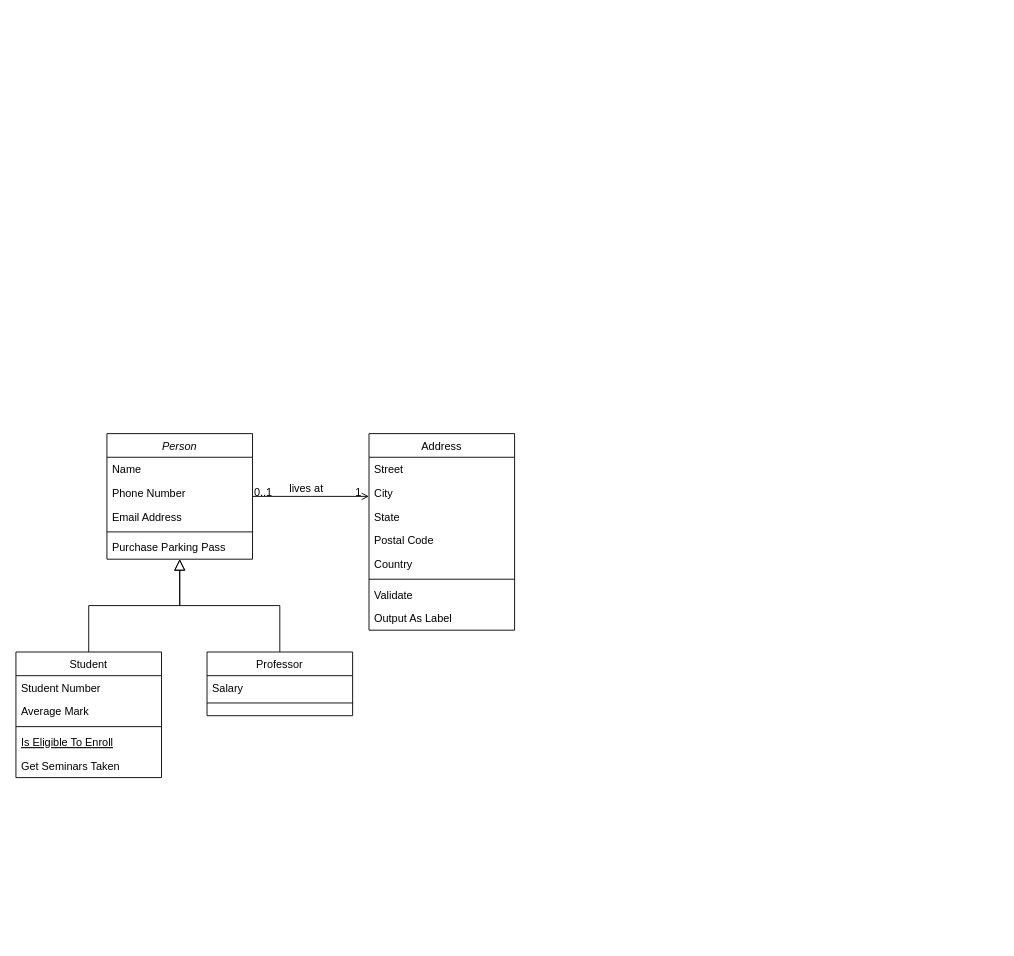
Before: Untitled Diagram.drawio in Artetopia/artetopia-backend, a draw.io diagram. Source tidied: cells renumbered, new cells numbered last; positions are measured from the earlier drawing's top-left corner, leaving out a move shared by most shapes. Both pictures are drawn from the tidied source at 91%, with x=0, y=0 at pixel (15, 433).
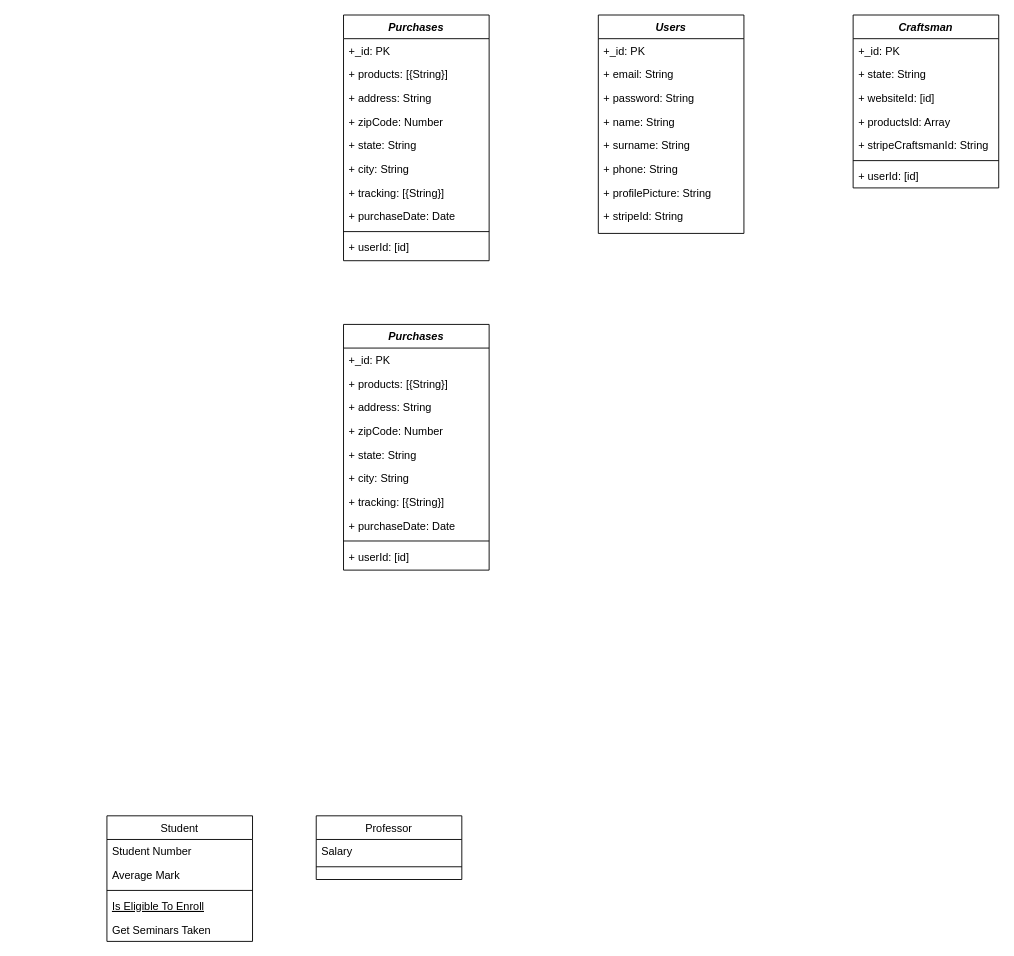
The same page after the edit.

What changed in the source:
```diff
@@
-    <mxCell id="2" value="Person" style="swimlane;fontStyle=2;align=center;verticalAlign=top;horizontal=1;startSize=26;rounded=0;shadow=0;strokeWidth=1;" parent="1" vertex="1">
-      <mxGeometry x="100" width="160" height="138" as="geometry" />
+    <mxCell id="2" value="Purchases" style="swimlane;fontStyle=3;align=center;verticalAlign=top;horizontal=1;startSize=26;rounded=0;shadow=0;strokeWidth=1;" parent="1" vertex="1">
+      <mxGeometry x="360" y="-460" width="160" height="270" as="geometry" />
     </mxCell>
-    <mxCell id="3" value="Name" style="text;align=left;verticalAlign=top;spacingLeft=4;spacingRight=4;overflow=hidden;" parent="2" vertex="1">
+    <mxCell id="3" value="+_id: PK" style="text;align=left;verticalAlign=top;spacingLeft=4;spacingRight=4;overflow=hidden;" parent="2" vertex="1">
       <mxGeometry y="26" width="160" height="26" as="geometry" />
     </mxCell>
-    <mxCell id="4" value="Phone Number" style="text;align=left;verticalAlign=top;spacingLeft=4;spacingRight=4;overflow=hidden;rounded=0;shadow=0;html=0;" parent="2" vertex="1">
+    <mxCell id="4" value="+ products: [{String}]" style="text;align=left;verticalAlign=top;spacingLeft=4;spacingRight=4;overflow=hidden;rounded=0;shadow=0;html=0;" parent="2" vertex="1">
       <mxGeometry y="52" width="160" height="26" as="geometry" />
     </mxCell>
-    <mxCell id="5" value="Email Address" style="text;align=left;verticalAlign=top;spacingLeft=4;spacingRight=4;overflow=hidden;rounded=0;shadow=0;html=0;" parent="2" vertex="1">
+    <mxCell id="5" value="+ address: String" style="text;align=left;verticalAlign=top;spacingLeft=4;spacingRight=4;overflow=hidden;rounded=0;shadow=0;html=0;" parent="2" vertex="1">
       <mxGeometry y="78" width="160" height="26" as="geometry" />
     </mxCell>
-    <mxCell id="6" style="line;html=1;strokeWidth=1;align=left;verticalAlign=middle;spacingTop=-1;spacingLeft=3;spacingRight=3;labelPosition=right;" parent="2" vertex="1">
-      <mxGeometry y="104" width="160" height="8" as="geometry" />
-    </mxCell>
-    <mxCell id="7" value="Purchase Parking Pass" style="text;align=left;verticalAlign=top;spacingLeft=4;spacingRight=4;overflow=hidden;" parent="2" vertex="1">
-      <mxGeometry y="112" width="160" height="26" as="geometry" />
-    </mxCell>
+    <mxCell id="32" value="+ zipCode: Number" style="text;align=left;verticalAlign=top;spacingLeft=4;spacingRight=4;overflow=hidden;rounded=0;shadow=0;html=0;" parent="2" vertex="1">
+      <mxGeometry y="104" width="160" height="26" as="geometry" />
+    </mxCell>
+    <mxCell id="33" value="+ state: String" style="text;align=left;verticalAlign=top;spacingLeft=4;spacingRight=4;overflow=hidden;rounded=0;shadow=0;html=0;" parent="2" vertex="1">
+      <mxGeometry y="130" width="160" height="26" as="geometry" />
+    </mxCell>
+    <mxCell id="34" value="+ city: String" style="text;align=left;verticalAlign=top;spacingLeft=4;spacingRight=4;overflow=hidden;rounded=0;shadow=0;html=0;" parent="2" vertex="1">
+      <mxGeometry y="156" width="160" height="26" as="geometry" />
+    </mxCell>
+    <mxCell id="35" value="+ tracking: [{String}]" style="text;align=left;verticalAlign=top;spacingLeft=4;spacingRight=4;overflow=hidden;rounded=0;shadow=0;html=0;" parent="2" vertex="1">
+      <mxGeometry y="182" width="160" height="26" as="geometry" />
+    </mxCell>
+    <mxCell id="36" value="+ purchaseDate: Date" style="text;align=left;verticalAlign=top;spacingLeft=4;spacingRight=4;overflow=hidden;rounded=0;shadow=0;html=0;" parent="2" vertex="1">
+      <mxGeometry y="208" width="160" height="26" as="geometry" />
+    </mxCell>
+    <mxCell id="37" style="line;html=1;strokeWidth=1;align=left;verticalAlign=middle;spacingTop=-1;spacingLeft=3;spacingRight=3;labelPosition=right;" parent="2" vertex="1">
+      <mxGeometry y="234" width="160" height="8" as="geometry" />
+    </mxCell>
+    <mxCell id="38" value="+ userId: [id]" style="text;align=left;verticalAlign=top;spacingLeft=4;spacingRight=4;overflow=hidden;rounded=0;shadow=0;html=0;" parent="2" vertex="1">
+      <mxGeometry y="242" width="160" height="26" as="geometry" />
+    </mxCell>
     <mxCell id="8" value="Student" style="swimlane;fontStyle=0;align=center;verticalAlign=top;horizontal=1;startSize=26;rounded=0;shadow=0;strokeWidth=1;" parent="1" vertex="1">
-      <mxGeometry y="240" width="160" height="138" as="geometry" />
+      <mxGeometry x="100" y="420" width="160" height="138" as="geometry" />
     </mxCell>
@@
-    <mxCell id="14" style="endArrow=block;endSize=10;endFill=0;shadow=0;strokeWidth=1;rounded=0;edgeStyle=elbowEdgeStyle;elbow=vertical;" parent="1" edge="1" source="8" target="2">
-      <mxGeometry relative="1" as="geometry" />
-    </mxCell>
     <mxCell id="15" value="Professor" style="swimlane;fontStyle=0;align=center;verticalAlign=top;horizontal=1;startSize=26;rounded=0;shadow=0;strokeWidth=1;" parent="1" vertex="1">
-      <mxGeometry x="210" y="240" width="160" height="70" as="geometry" />
+      <mxGeometry x="330" y="420" width="160" height="70" as="geometry" />
     </mxCell>
@@
-    <mxCell id="18" style="endArrow=block;endSize=10;endFill=0;shadow=0;strokeWidth=1;rounded=0;edgeStyle=elbowEdgeStyle;elbow=vertical;" parent="1" edge="1" source="15" target="2">
-      <mxGeometry relative="1" as="geometry" />
-    </mxCell>
-    <mxCell id="19" value="Address" style="swimlane;fontStyle=0;align=center;verticalAlign=top;horizontal=1;startSize=26;rounded=0;shadow=0;strokeWidth=1;" parent="1" vertex="1">
-      <mxGeometry x="388" width="160" height="216" as="geometry" />
-    </mxCell>
-    <mxCell id="20" value="Street" style="text;align=left;verticalAlign=top;spacingLeft=4;spacingRight=4;overflow=hidden;" parent="19" vertex="1">
-      <mxGeometry y="26" width="160" height="26" as="geometry" />
-    </mxCell>
-    <mxCell id="21" value="City" style="text;align=left;verticalAlign=top;spacingLeft=4;spacingRight=4;overflow=hidden;rounded=0;shadow=0;html=0;" parent="19" vertex="1">
-      <mxGeometry y="52" width="160" height="26" as="geometry" />
-    </mxCell>
-    <mxCell id="22" value="State" style="text;align=left;verticalAlign=top;spacingLeft=4;spacingRight=4;overflow=hidden;rounded=0;shadow=0;html=0;" parent="19" vertex="1">
-      <mxGeometry y="78" width="160" height="26" as="geometry" />
-    </mxCell>
-    <mxCell id="23" value="Postal Code" style="text;align=left;verticalAlign=top;spacingLeft=4;spacingRight=4;overflow=hidden;rounded=0;shadow=0;html=0;" parent="19" vertex="1">
-      <mxGeometry y="104" width="160" height="26" as="geometry" />
-    </mxCell>
-    <mxCell id="24" value="Country" style="text;align=left;verticalAlign=top;spacingLeft=4;spacingRight=4;overflow=hidden;rounded=0;shadow=0;html=0;" parent="19" vertex="1">
-      <mxGeometry y="130" width="160" height="26" as="geometry" />
-    </mxCell>
+    <mxCell id="39" value="Users" style="swimlane;fontStyle=3;align=center;verticalAlign=top;horizontal=1;startSize=26;rounded=0;shadow=0;strokeWidth=1;" parent="1" vertex="1">
+      <mxGeometry x="640" y="-460" width="160" height="240" as="geometry" />
+    </mxCell>
+    <mxCell id="40" value="+_id: PK" style="text;align=left;verticalAlign=top;spacingLeft=4;spacingRight=4;overflow=hidden;" parent="39" vertex="1">
+      <mxGeometry y="26" width="160" height="26" as="geometry" />
+    </mxCell>
+    <mxCell id="41" value="+ email: String" style="text;align=left;verticalAlign=top;spacingLeft=4;spacingRight=4;overflow=hidden;rounded=0;shadow=0;html=0;" parent="39" vertex="1">
+      <mxGeometry y="52" width="160" height="26" as="geometry" />
+    </mxCell>
+    <mxCell id="42" value="+ password: String" style="text;align=left;verticalAlign=top;spacingLeft=4;spacingRight=4;overflow=hidden;rounded=0;shadow=0;html=0;" parent="39" vertex="1">
+      <mxGeometry y="78" width="160" height="26" as="geometry" />
+    </mxCell>
+    <mxCell id="43" value="+ name: String" style="text;align=left;verticalAlign=top;spacingLeft=4;spacingRight=4;overflow=hidden;rounded=0;shadow=0;html=0;" parent="39" vertex="1">
+      <mxGeometry y="104" width="160" height="26" as="geometry" />
+    </mxCell>
+    <mxCell id="44" value="+ surname: String" style="text;align=left;verticalAlign=top;spacingLeft=4;spacingRight=4;overflow=hidden;rounded=0;shadow=0;html=0;" parent="39" vertex="1">
+      <mxGeometry y="130" width="160" height="26" as="geometry" />
+    </mxCell>
+    <mxCell id="45" value="+ phone: String" style="text;align=left;verticalAlign=top;spacingLeft=4;spacingRight=4;overflow=hidden;rounded=0;shadow=0;html=0;" parent="39" vertex="1">
+      <mxGeometry y="156" width="160" height="26" as="geometry" />
+    </mxCell>
+    <mxCell id="46" value="+ profilePicture: String" style="text;align=left;verticalAlign=top;spacingLeft=4;spacingRight=4;overflow=hidden;rounded=0;shadow=0;html=0;" parent="39" vertex="1">
+      <mxGeometry y="182" width="160" height="26" as="geometry" />
+    </mxCell>
+    <mxCell id="47" value="+ stripeId: String" style="text;align=left;verticalAlign=top;spacingLeft=4;spacingRight=4;overflow=hidden;rounded=0;shadow=0;html=0;" parent="39" vertex="1">
+      <mxGeometry y="208" width="160" height="26" as="geometry" />
+    </mxCell>
+    <mxCell id="48" value="Craftsman" style="swimlane;fontStyle=3;align=center;verticalAlign=top;horizontal=1;startSize=26;rounded=0;shadow=0;strokeWidth=1;" parent="1" vertex="1">
+      <mxGeometry x="920" y="-460" width="160" height="190" as="geometry" />
+    </mxCell>
+    <mxCell id="49" value="+_id: PK" style="text;align=left;verticalAlign=top;spacingLeft=4;spacingRight=4;overflow=hidden;" parent="48" vertex="1">
+      <mxGeometry y="26" width="160" height="26" as="geometry" />
+    </mxCell>
+    <mxCell id="50" value="+ state: String" style="text;align=left;verticalAlign=top;spacingLeft=4;spacingRight=4;overflow=hidden;rounded=0;shadow=0;html=0;" parent="48" vertex="1">
+      <mxGeometry y="52" width="160" height="26" as="geometry" />
+    </mxCell>
+    <mxCell id="51" value="+ websiteId: [id]" style="text;align=left;verticalAlign=top;spacingLeft=4;spacingRight=4;overflow=hidden;rounded=0;shadow=0;html=0;" parent="48" vertex="1">
+      <mxGeometry y="78" width="160" height="26" as="geometry" />
+    </mxCell>
+    <mxCell id="52" value="+ productsId: Array" style="text;align=left;verticalAlign=top;spacingLeft=4;spacingRight=4;overflow=hidden;rounded=0;shadow=0;html=0;" parent="48" vertex="1">
+      <mxGeometry y="104" width="160" height="26" as="geometry" />
+    </mxCell>
+    <mxCell id="53" value="+ stripeCraftsmanId: String" style="text;align=left;verticalAlign=top;spacingLeft=4;spacingRight=4;overflow=hidden;rounded=0;shadow=0;html=0;" parent="48" vertex="1">
+      <mxGeometry y="130" width="160" height="26" as="geometry" />
+    </mxCell>
-    <mxCell id="25" style="line;html=1;strokeWidth=1;align=left;verticalAlign=middle;spacingTop=-1;spacingLeft=3;spacingRight=3;labelPosition=right;" parent="19" vertex="1">
+    <mxCell id="25" style="line;html=1;strokeWidth=1;align=left;verticalAlign=middle;spacingTop=-1;spacingLeft=3;spacingRight=3;labelPosition=right;" parent="48" vertex="1">
       <mxGeometry y="156" width="160" height="8" as="geometry" />
     </mxCell>
-    <mxCell id="26" value="Validate" style="text;align=left;verticalAlign=top;spacingLeft=4;spacingRight=4;overflow=hidden;" parent="19" vertex="1">
-      <mxGeometry y="164" width="160" height="26" as="geometry" />
-    </mxCell>
-    <mxCell id="27" value="Output As Label" style="text;align=left;verticalAlign=top;spacingLeft=4;spacingRight=4;overflow=hidden;" parent="19" vertex="1">
-      <mxGeometry y="190" width="160" height="26" as="geometry" />
-    </mxCell>
-    <mxCell id="28" style="endArrow=open;shadow=0;strokeWidth=1;rounded=0;endFill=1;edgeStyle=elbowEdgeStyle;elbow=vertical;" parent="1" edge="1" source="2" target="19">
-      <mxGeometry x="0.5" y="41" relative="1" as="geometry">
-        <mxPoint x="-40" y="32" as="offset" />
-      </mxGeometry>
-    </mxCell>
-    <mxCell id="29" value="0..1" style="align=left;verticalAlign=bottom;labelBackgroundColor=none;fontSize=12;" parent="28" vertex="1">
-      <mxGeometry x="-1" relative="1" as="geometry">
-        <mxPoint y="4" as="offset" />
-      </mxGeometry>
-    </mxCell>
-    <mxCell id="30" value="1" style="align=right;verticalAlign=bottom;labelBackgroundColor=none;fontSize=12;" parent="28" vertex="1">
-      <mxGeometry x="1" relative="1" as="geometry">
-        <mxPoint x="-7" y="4" as="offset" />
-      </mxGeometry>
-    </mxCell>
-    <mxCell id="31" value="lives at" style="text;html=1;align=center;verticalAlign=middle;labelBackgroundColor=none;rounded=0;shadow=0;strokeWidth=1;fontSize=12;" parent="28" vertex="1">
-      <mxGeometry x="0.5" y="49" relative="1" as="geometry">
-        <mxPoint x="-38" y="40" as="offset" />
-      </mxGeometry>
-    </mxCell>
+    <mxCell id="54" value="+ userId: [id]" style="text;align=left;verticalAlign=top;spacingLeft=4;spacingRight=4;overflow=hidden;rounded=0;shadow=0;html=0;" parent="48" vertex="1">
+      <mxGeometry y="164" width="160" height="26" as="geometry" />
+    </mxCell>
+    <mxCell id="55" value="Purchases" style="swimlane;fontStyle=3;align=center;verticalAlign=top;horizontal=1;startSize=26;rounded=0;shadow=0;strokeWidth=1;" parent="1" vertex="1">
+      <mxGeometry x="360" y="-120" width="160" height="270" as="geometry" />
+    </mxCell>
+    <mxCell id="56" value="+_id: PK" style="text;align=left;verticalAlign=top;spacingLeft=4;spacingRight=4;overflow=hidden;" parent="55" vertex="1">
+      <mxGeometry y="26" width="160" height="26" as="geometry" />
+    </mxCell>
+    <mxCell id="57" value="+ products: [{String}]" style="text;align=left;verticalAlign=top;spacingLeft=4;spacingRight=4;overflow=hidden;rounded=0;shadow=0;html=0;" parent="55" vertex="1">
+      <mxGeometry y="52" width="160" height="26" as="geometry" />
+    </mxCell>
+    <mxCell id="58" value="+ address: String" style="text;align=left;verticalAlign=top;spacingLeft=4;spacingRight=4;overflow=hidden;rounded=0;shadow=0;html=0;" parent="55" vertex="1">
+      <mxGeometry y="78" width="160" height="26" as="geometry" />
+    </mxCell>
+    <mxCell id="59" value="+ zipCode: Number" style="text;align=left;verticalAlign=top;spacingLeft=4;spacingRight=4;overflow=hidden;rounded=0;shadow=0;html=0;" parent="55" vertex="1">
+      <mxGeometry y="104" width="160" height="26" as="geometry" />
+    </mxCell>
+    <mxCell id="60" value="+ state: String" style="text;align=left;verticalAlign=top;spacingLeft=4;spacingRight=4;overflow=hidden;rounded=0;shadow=0;html=0;" parent="55" vertex="1">
+      <mxGeometry y="130" width="160" height="26" as="geometry" />
+    </mxCell>
+    <mxCell id="61" value="+ city: String" style="text;align=left;verticalAlign=top;spacingLeft=4;spacingRight=4;overflow=hidden;rounded=0;shadow=0;html=0;" parent="55" vertex="1">
+      <mxGeometry y="156" width="160" height="26" as="geometry" />
+    </mxCell>
+    <mxCell id="62" value="+ tracking: [{String}]" style="text;align=left;verticalAlign=top;spacingLeft=4;spacingRight=4;overflow=hidden;rounded=0;shadow=0;html=0;" parent="55" vertex="1">
+      <mxGeometry y="182" width="160" height="26" as="geometry" />
+    </mxCell>
+    <mxCell id="63" value="+ purchaseDate: Date" style="text;align=left;verticalAlign=top;spacingLeft=4;spacingRight=4;overflow=hidden;rounded=0;shadow=0;html=0;" parent="55" vertex="1">
+      <mxGeometry y="208" width="160" height="26" as="geometry" />
+    </mxCell>
+    <mxCell id="64" style="line;html=1;strokeWidth=1;align=left;verticalAlign=middle;spacingTop=-1;spacingLeft=3;spacingRight=3;labelPosition=right;" parent="55" vertex="1">
+      <mxGeometry y="234" width="160" height="8" as="geometry" />
+    </mxCell>
+    <mxCell id="65" value="+ userId: [id]" style="text;align=left;verticalAlign=top;spacingLeft=4;spacingRight=4;overflow=hidden;rounded=0;shadow=0;html=0;" parent="55" vertex="1">
+      <mxGeometry y="242" width="160" height="26" as="geometry" />
+    </mxCell>
```
